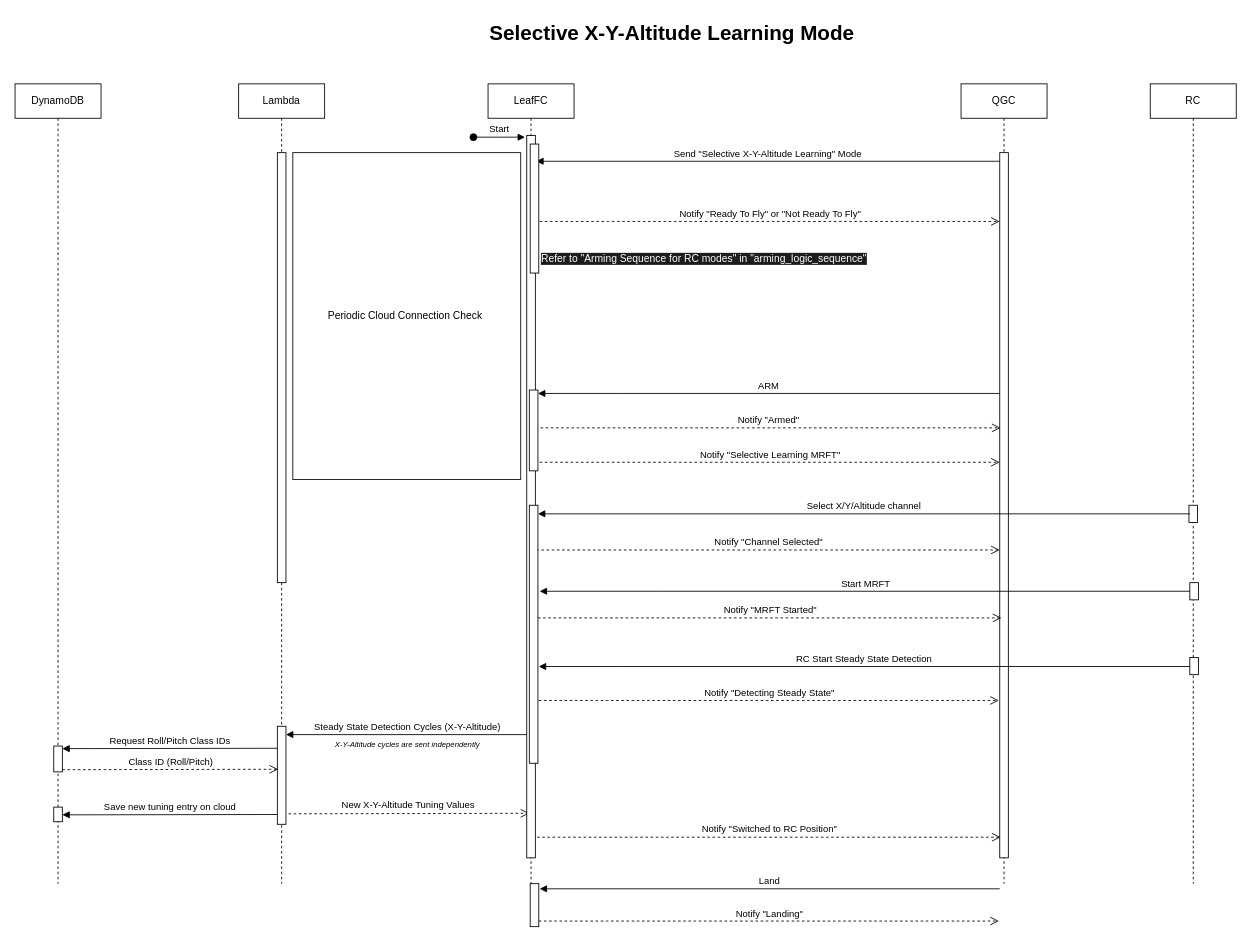
The draw.io diagram Guide/HEAR Software/Flight Modes/Modes Sequence Diagrams/X-Y-Altitude selective learning mode.drawio in DroneLeaf/HEAR_wiki, before the edit. Source tidied: cells renumbered, new cells numbered last; positions are measured from the earlier drawing's top-left corner, leaving out a move shared by most shapes. Both pictures are drawn from the tidied source at 86%, with x=0, y=0 at pixel (-41, 15).
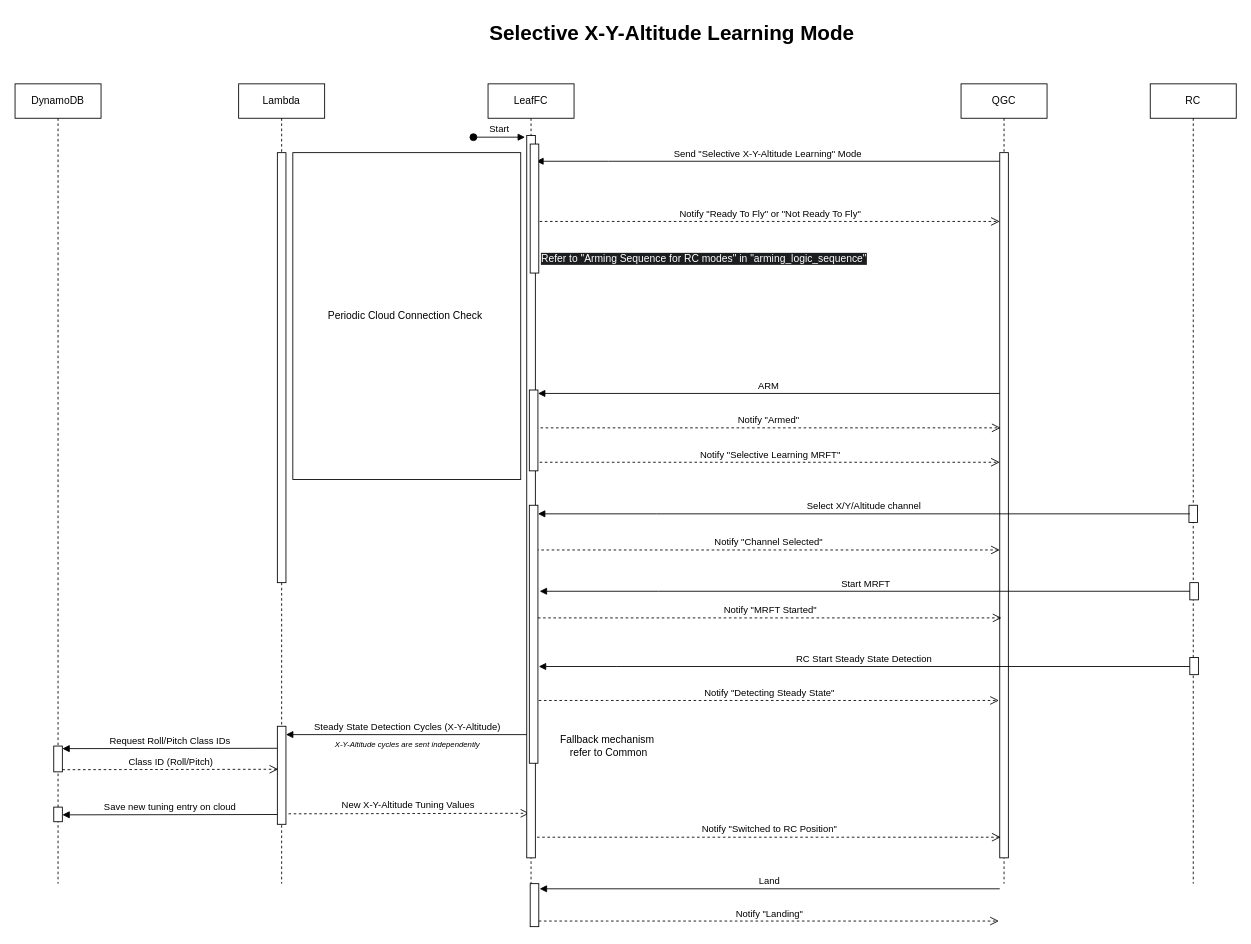
The same page after the edit.

Commit message (it also covers changes not shown here):
Add fallback mechanism notes to Roll-Pitch and X-Y-Altitude selective learning mode diagrams

- Updated Roll-Pitch learning mode diagram to include a fallback mechanism note.

- Updated X-Y-Altitude selective learning mode diagram to include a fallback mechanism note.

- Adjusted diagram dimensions for better layout and readability.

Change to the diagram source:
```diff
@@
+    <mxCell id="44" value="Fallback mechanism&amp;nbsp;&lt;div&gt;refer to Common&lt;/div&gt;" style="text;html=1;align=center;verticalAlign=middle;strokeColor=none;fillColor=none;" parent="1" vertex="1">
+      <mxGeometry x="685" y="830" width="140" height="40" as="geometry" />
+    </mxCell>
```
